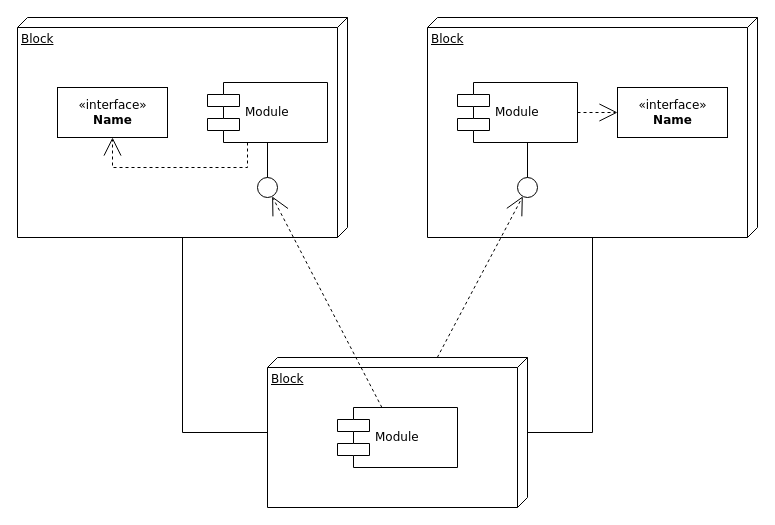
Before: src/Untitled Diagram.drawio in sisaphilip/speedtest, a draw.io diagram. Source tidied: cells renumbered, new cells numbered last; positions are measured from the earlier drawing's top-left corner, leaving out a move shared by most shapes. Both pictures are drawn from the tidied source at 100%, with x=0, y=0 at pixel (17, 17).
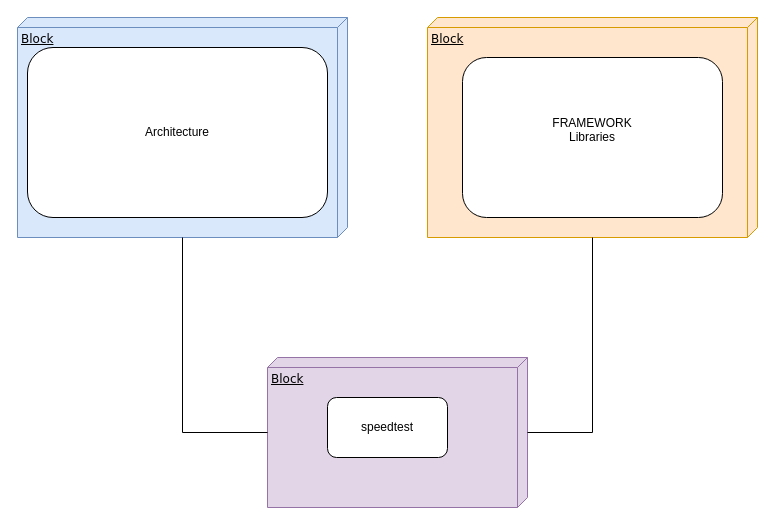
The same diagram, later.

The change refers to these unchanged cells:
```xml
<mxCell id="7" style="ellipse;whiteSpace=wrap;html=1;rounded=0;shadow=0;comic=0;labelBackgroundColor=none;strokeWidth=1;fontFamily=Verdana;fontSize=12;align=center;" parent="1" vertex="1">
  <mxGeometry x="240" y="160" width="20" height="20" as="geometry" />
</mxCell>
```

The edit, as a diff of the source:
```diff
@@
-    <mxCell id="2" value="Block" style="verticalAlign=top;align=left;spacingTop=8;spacingLeft=2;spacingRight=12;shape=cube;size=10;direction=south;fontStyle=4;html=1;rounded=0;shadow=0;comic=0;labelBackgroundColor=none;strokeWidth=1;fontFamily=Verdana;fontSize=12;" parent="1" vertex="1">
+    <mxCell id="2" value="Block" style="verticalAlign=top;align=left;spacingTop=8;spacingLeft=2;spacingRight=12;shape=cube;size=10;direction=south;fontStyle=4;html=1;rounded=0;shadow=0;comic=0;labelBackgroundColor=none;strokeWidth=1;fontFamily=Verdana;fontSize=12;fillColor=#dae8fc;strokeColor=#6c8ebf;" parent="1" vertex="1">
       <mxGeometry width="330" height="220" as="geometry" />
     </mxCell>
-    <mxCell id="3" value="Block" style="verticalAlign=top;align=left;spacingTop=8;spacingLeft=2;spacingRight=12;shape=cube;size=10;direction=south;fontStyle=4;html=1;rounded=0;shadow=0;comic=0;labelBackgroundColor=none;strokeWidth=1;fontFamily=Verdana;fontSize=12;" parent="1" vertex="1">
+    <mxCell id="3" value="Block" style="verticalAlign=top;align=left;spacingTop=8;spacingLeft=2;spacingRight=12;shape=cube;size=10;direction=south;fontStyle=4;html=1;rounded=0;shadow=0;comic=0;labelBackgroundColor=none;strokeWidth=1;fontFamily=Verdana;fontSize=12;fillColor=#ffe6cc;strokeColor=#d79b00;" parent="1" vertex="1">
       <mxGeometry x="410" width="330" height="220" as="geometry" />
     </mxCell>
-    <mxCell id="4" value="Block" style="verticalAlign=top;align=left;spacingTop=8;spacingLeft=2;spacingRight=12;shape=cube;size=10;direction=south;fontStyle=4;html=1;rounded=0;shadow=0;comic=0;labelBackgroundColor=none;strokeWidth=1;fontFamily=Verdana;fontSize=12;" parent="1" vertex="1">
+    <mxCell id="4" value="Block" style="verticalAlign=top;align=left;spacingTop=8;spacingLeft=2;spacingRight=12;shape=cube;size=10;direction=south;fontStyle=4;html=1;rounded=0;shadow=0;comic=0;labelBackgroundColor=none;strokeWidth=1;fontFamily=Verdana;fontSize=12;fillColor=#e1d5e7;strokeColor=#9673a6;" parent="1" vertex="1">
       <mxGeometry x="250" y="340" width="260" height="150" as="geometry" />
     </mxCell>
-    <mxCell id="5" value="&amp;laquo;interface&amp;raquo;&lt;br&gt;&lt;b&gt;Name&lt;/b&gt;" style="html=1;rounded=0;shadow=0;comic=0;labelBackgroundColor=none;strokeWidth=1;fontFamily=Verdana;fontSize=12;align=center;" parent="1" vertex="1">
-      <mxGeometry x="40" y="70" width="110" height="50" as="geometry" />
-    </mxCell>
-    <mxCell id="6" value="Module" style="shape=component;align=left;spacingLeft=36;rounded=0;shadow=0;comic=0;labelBackgroundColor=none;strokeWidth=1;fontFamily=Verdana;fontSize=12;html=1;" parent="1" vertex="1">
-      <mxGeometry x="190" y="65" width="120" height="60" as="geometry" />
-    </mxCell>
@@
-    <mxCell id="8" value="Module" style="shape=component;align=left;spacingLeft=36;rounded=0;shadow=0;comic=0;labelBackgroundColor=none;strokeWidth=1;fontFamily=Verdana;fontSize=12;html=1;" parent="1" vertex="1">
-      <mxGeometry x="440" y="65" width="120" height="60" as="geometry" />
-    </mxCell>
-    <mxCell id="9" value="&amp;laquo;interface&amp;raquo;&lt;br&gt;&lt;b&gt;Name&lt;/b&gt;" style="html=1;rounded=0;shadow=0;comic=0;labelBackgroundColor=none;strokeWidth=1;fontFamily=Verdana;fontSize=12;align=center;" parent="1" vertex="1">
-      <mxGeometry x="600" y="70" width="110" height="50" as="geometry" />
-    </mxCell>
-    <mxCell id="10" style="ellipse;whiteSpace=wrap;html=1;rounded=0;shadow=0;comic=0;labelBackgroundColor=none;strokeWidth=1;fontFamily=Verdana;fontSize=12;align=center;" parent="1" vertex="1">
-      <mxGeometry x="500" y="160" width="20" height="20" as="geometry" />
-    </mxCell>
-    <mxCell id="11" value="Module" style="shape=component;align=left;spacingLeft=36;rounded=0;shadow=0;comic=0;labelBackgroundColor=none;strokeWidth=1;fontFamily=Verdana;fontSize=12;html=1;" parent="1" vertex="1">
-      <mxGeometry x="320" y="390" width="120" height="60" as="geometry" />
-    </mxCell>
-    <mxCell id="12" style="edgeStyle=none;rounded=0;html=1;dashed=1;labelBackgroundColor=none;startArrow=none;startFill=0;startSize=8;endArrow=open;endFill=0;endSize=16;fontFamily=Verdana;fontSize=12;" parent="1" edge="1" source="11" target="7">
-      <mxGeometry relative="1" as="geometry" />
-    </mxCell>
-    <mxCell id="13" style="edgeStyle=none;rounded=0;html=1;dashed=1;labelBackgroundColor=none;startArrow=none;startFill=0;startSize=8;endArrow=open;endFill=0;endSize=16;fontFamily=Verdana;fontSize=12;" parent="1" edge="1" source="4" target="10">
-      <mxGeometry relative="1" as="geometry" />
-    </mxCell>
-    <mxCell id="14" style="edgeStyle=elbowEdgeStyle;rounded=0;html=1;labelBackgroundColor=none;startArrow=none;startFill=0;startSize=8;endArrow=none;endFill=0;endSize=16;fontFamily=Verdana;fontSize=12;" parent="1" edge="1" source="10" target="8">
-      <mxGeometry relative="1" as="geometry" />
-    </mxCell>
-    <mxCell id="15" style="edgeStyle=elbowEdgeStyle;rounded=0;html=1;labelBackgroundColor=none;startArrow=none;startFill=0;startSize=8;endArrow=none;endFill=0;endSize=16;fontFamily=Verdana;fontSize=12;" parent="1" edge="1" source="7" target="6">
-      <mxGeometry relative="1" as="geometry" />
-    </mxCell>
-    <mxCell id="16" style="edgeStyle=orthogonalEdgeStyle;rounded=0;html=1;labelBackgroundColor=none;startArrow=none;startFill=0;startSize=8;endArrow=open;endFill=0;endSize=16;fontFamily=Verdana;fontSize=12;dashed=1;" parent="1" edge="1" source="6" target="5">
-      <mxGeometry relative="1" as="geometry">
-        <Array as="points">
-          <mxPoint x="230" y="150" />
-          <mxPoint x="95" y="150" />
-        </Array>
-      </mxGeometry>
-    </mxCell>
-    <mxCell id="17" style="edgeStyle=orthogonalEdgeStyle;rounded=0;html=1;dashed=1;labelBackgroundColor=none;startArrow=none;startFill=0;startSize=8;endArrow=open;endFill=0;endSize=16;fontFamily=Verdana;fontSize=12;" parent="1" edge="1" source="8" target="9">
-      <mxGeometry relative="1" as="geometry" />
-    </mxCell>
@@
+    <mxCell id="20" value="&lt;div&gt;FRAMEWORK&lt;/div&gt;&lt;div&gt;Libraries&lt;/div&gt;&lt;div&gt;&lt;br&gt;&lt;/div&gt;" style="rounded=1;whiteSpace=wrap;html=1;" parent="1" vertex="1">
+      <mxGeometry x="445" y="40" width="260" height="160" as="geometry" />
+    </mxCell>
+    <mxCell id="21" value="Architecture" style="rounded=1;whiteSpace=wrap;html=1;" parent="1" vertex="1">
+      <mxGeometry x="10" y="30" width="300" height="170" as="geometry" />
+    </mxCell>
+    <mxCell id="22" value="speedtest" style="rounded=1;whiteSpace=wrap;html=1;" parent="1" vertex="1">
+      <mxGeometry x="310" y="380" width="120" height="60" as="geometry" />
+    </mxCell>
```
